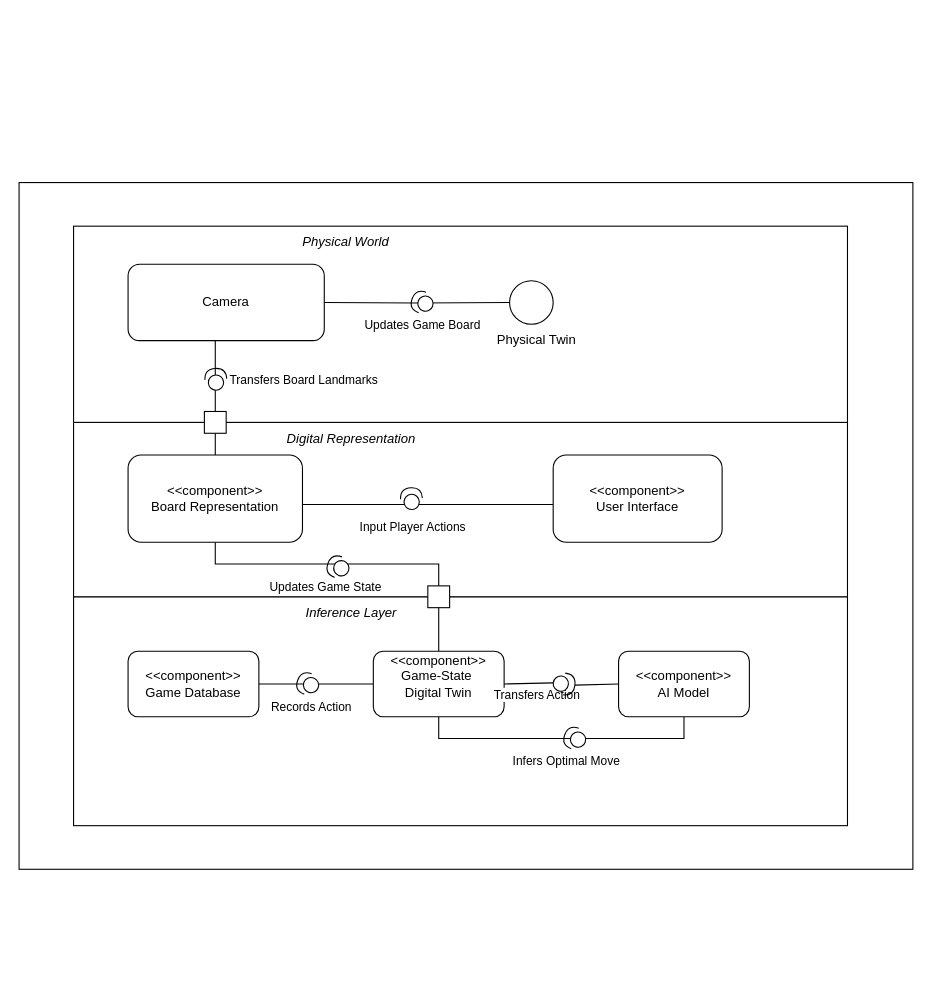
Above: docs/HazardAnalysis/Component Diagram.drawio in SY3141/RLCatan (draw.io), before the change. Source tidied: cells renumbered, new cells numbered last; positions are measured from the earlier drawing's top-left corner, leaving out a move shared by most shapes. Both pictures are drawn from the tidied source at 109%, with x=0, y=0 at pixel (19, 182).
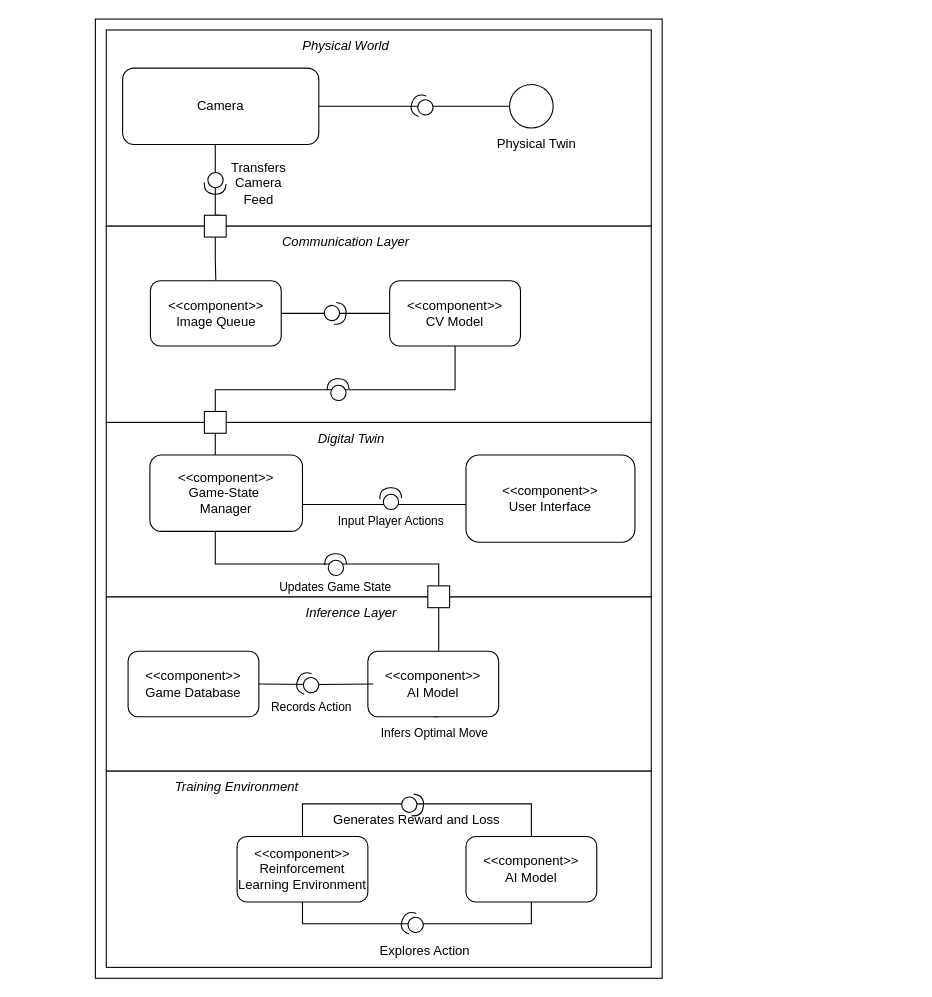
The same diagram, later.

Commit message (it also covers changes not shown here):
finished hazards and component diagram

The change refers to these unchanged cells:
```xml
<mxCell id="9" value="&lt;div&gt;&lt;div&gt;&amp;lt;&amp;lt;component&amp;gt;&amp;gt;&lt;/div&gt;&lt;/div&gt;Game Database" style="rounded=1;whiteSpace=wrap;html=1;" parent="1" vertex="1">
  <mxGeometry x="100" y="430" width="120" height="60" as="geometry" />
</mxCell>
<mxCell id="17" style="edgeStyle=orthogonalEdgeStyle;rounded=0;orthogonalLoop=1;jettySize=auto;html=1;exitX=0;exitY=0.75;exitDx=0;exitDy=0;entryX=1;entryY=0.75;entryDx=0;entryDy=0;endArrow=none;endFill=0;" parent="1" edge="1">
  <mxGeometry relative="1" as="geometry">
    <mxPoint x="490" y="295.4" as="sourcePoint" />
    <mxPoint x="260" y="295.4" as="targetPoint" />
  </mxGeometry>
</mxCell>
```

The edit, as a diff of the source:
```diff
@@
     <mxCell id="2" style="rounded=0;whiteSpace=wrap;html=1;" parent="1" vertex="1">
-      <mxGeometry width="820" height="630" as="geometry" />
+      <mxGeometry x="70" y="-150" width="520" height="880" as="geometry" />
     </mxCell>
     <mxCell id="3" style="rounded=0;whiteSpace=wrap;html=1;" parent="1" vertex="1">
-      <mxGeometry x="50" y="380" width="710" height="210" as="geometry" />
+      <mxGeometry x="80" y="380" width="500" height="160" as="geometry" />
     </mxCell>
     <mxCell id="4" style="rounded=0;whiteSpace=wrap;html=1;" parent="1" vertex="1">
-      <mxGeometry x="50" y="220" width="710" height="160" as="geometry" />
+      <mxGeometry x="80" y="220" width="500" height="160" as="geometry" />
     </mxCell>
     <mxCell id="5" style="rounded=0;whiteSpace=wrap;html=1;" parent="1" vertex="1">
-      <mxGeometry x="50" y="40" width="710" height="180" as="geometry" />
+      <mxGeometry x="80" y="-140" width="500" height="180" as="geometry" />
     </mxCell>
-    <mxCell id="6" style="edgeStyle=orthogonalEdgeStyle;rounded=0;jettySize=auto;html=1;startArrow=none;startFill=0;endArrow=none;endFill=0;" parent="1" edge="1" source="8" target="15">
+    <mxCell id="6" style="edgeStyle=orthogonalEdgeStyle;rounded=0;jettySize=auto;html=1;startArrow=none;startFill=0;endArrow=none;endFill=0;exitX=0.414;exitY=0.957;exitDx=0;exitDy=0;exitPerimeter=0;" parent="1" edge="1" source="65">
       <mxGeometry relative="1" as="geometry">
+        <mxPoint x="385" y="430" as="targetPoint" />
         <Array as="points">
+          <mxPoint x="180" y="317" />
           <mxPoint x="180" y="350" />
           <mxPoint x="385" y="350" />
         </Array>
       </mxGeometry>
     </mxCell>
     <mxCell id="7" value="Updates Game State" style="edgeLabel;html=1;align=center;verticalAlign=middle;" parent="6" vertex="1">
       <mxGeometry x="-0.28" y="3" relative="1" as="geometry">
-        <mxPoint x="10" y="23" as="offset" />
+        <mxPoint x="30" y="23" as="offset" />
       </mxGeometry>
     </mxCell>
-    <mxCell id="8" value="&lt;div&gt;&lt;div&gt;&amp;lt;&amp;lt;component&amp;gt;&amp;gt;&lt;/div&gt;&lt;/div&gt;Board Representation" style="rounded=1;whiteSpace=wrap;html=1;" parent="1" vertex="1">
-      <mxGeometry x="100" y="250" width="160" height="80" as="geometry" />
-    </mxCell>
@@
-    <mxCell id="10" style="edgeStyle=orthogonalEdgeStyle;rounded=0;jettySize=auto;html=1;exitX=0.5;exitY=1;exitDx=0;exitDy=0;entryX=0.5;entryY=1;entryDx=0;entryDy=0;endArrow=none;endFill=0;" parent="1" edge="1" source="12" target="15">
-      <mxGeometry relative="1" as="geometry" />
+    <mxCell id="10" style="edgeStyle=orthogonalEdgeStyle;rounded=0;jettySize=auto;html=1;exitX=0.5;exitY=1;exitDx=0;exitDy=0;entryX=0.5;entryY=1;entryDx=0;entryDy=0;endArrow=none;endFill=0;" parent="1" edge="1" source="12">
+      <mxGeometry relative="1" as="geometry">
+        <mxPoint x="385" y="490" as="targetPoint" />
+      </mxGeometry>
     </mxCell>
@@
     <mxCell id="12" value="&lt;div&gt;&lt;div&gt;&amp;lt;&amp;lt;component&amp;gt;&amp;gt;&lt;/div&gt;&lt;/div&gt;AI Model" style="rounded=1;whiteSpace=wrap;html=1;" parent="1" vertex="1">
-      <mxGeometry x="550" y="430" width="120" height="60" as="geometry" />
+      <mxGeometry x="320" y="430" width="120" height="60" as="geometry" />
     </mxCell>
-    <mxCell id="13" style="edgeStyle=orthogonalEdgeStyle;rounded=0;jettySize=auto;html=1;entryX=1;entryY=0.5;entryDx=0;entryDy=0;endArrow=none;endFill=0;" parent="1" edge="1" source="15" target="9">
-      <mxGeometry relative="1" as="geometry" />
+    <mxCell id="13" style="edgeStyle=orthogonalEdgeStyle;rounded=0;jettySize=auto;html=1;entryX=1;entryY=0.5;entryDx=0;entryDy=0;endArrow=none;endFill=0;" parent="1" edge="1" target="9">
+      <mxGeometry relative="1" as="geometry">
+        <mxPoint x="325" y="460" as="sourcePoint" />
+      </mxGeometry>
     </mxCell>
@@
-    <mxCell id="15" value="&lt;div&gt;&lt;div&gt;&amp;lt;&amp;lt;component&amp;gt;&amp;gt;&lt;/div&gt;&lt;/div&gt;Game-State&amp;nbsp;&lt;div&gt;Digital Twin&lt;div&gt;&lt;br&gt;&lt;/div&gt;&lt;/div&gt;" style="rounded=1;whiteSpace=wrap;html=1;" parent="1" vertex="1">
-      <mxGeometry x="325" y="430" width="120" height="60" as="geometry" />
-    </mxCell>
-    <mxCell id="16" style="endArrow=none;html=1;rounded=0;entryX=0;entryY=0.5;entryDx=0;entryDy=0;exitX=1;exitY=0.5;exitDx=0;exitDy=0;endFill=0;" parent="1" edge="1" source="32" target="12">
-      <mxGeometry relative="1" as="geometry" />
-    </mxCell>
@@
-    <mxCell id="18" value="Input Player Actions" style="edgeLabel;html=1;align=center;verticalAlign=middle;points=[];" parent="17" vertex="1">
-      <mxGeometry x="0.13" y="-3" relative="1" as="geometry">
-        <mxPoint y="23" as="offset" />
-      </mxGeometry>
-    </mxCell>
     <mxCell id="19" value="&lt;div&gt;&lt;div&gt;&amp;lt;&amp;lt;component&amp;gt;&amp;gt;&lt;/div&gt;&lt;/div&gt;User Interface" style="rounded=1;whiteSpace=wrap;html=1;" parent="1" vertex="1">
-      <mxGeometry x="490" y="250" width="155" height="80" as="geometry" />
+      <mxGeometry x="410" y="250" width="155" height="80" as="geometry" />
     </mxCell>
-    <mxCell id="20" style="edgeStyle=orthogonalEdgeStyle;rounded=0;jettySize=auto;html=1;endArrow=none;endFill=0;" parent="1" edge="1" source="22" target="8">
-      <mxGeometry relative="1" as="geometry">
-        <Array as="points">
-          <mxPoint x="180" y="210" />
-          <mxPoint x="180" y="210" />
-        </Array>
-      </mxGeometry>
-    </mxCell>
-    <mxCell id="21" value="Transfers Board Landmarks" style="edgeLabel;html=1;align=center;verticalAlign=middle;" parent="20" vertex="1">
-      <mxGeometry x="-0.34" relative="1" as="geometry">
-        <mxPoint x="80" as="offset" />
-      </mxGeometry>
-    </mxCell>
+    <mxCell id="41" style="edgeStyle=orthogonalEdgeStyle;rounded=0;jettySize=auto;html=1;entryX=0.75;entryY=0;entryDx=0;entryDy=0;endArrow=none;endFill=0;" parent="1" edge="1" source="22" target="49">
+      <mxGeometry relative="1" as="geometry">
+        <Array as="points">
+          <mxPoint x="180" y="30" />
+        </Array>
+      </mxGeometry>
+    </mxCell>
     <mxCell id="22" value="Camera" style="rounded=1;whiteSpace=wrap;html=1;" parent="1" vertex="1">
-      <mxGeometry x="100" y="75" width="180" height="70" as="geometry" />
+      <mxGeometry x="95" y="-105" width="180" height="70" as="geometry" />
     </mxCell>
-    <mxCell id="23" style="edgeStyle=orthogonalEdgeStyle;rounded=0;jettySize=auto;html=1;entryX=1;entryY=0.5;entryDx=0;entryDy=0;endArrow=none;endFill=0;" parent="1" edge="1" target="22">
-      <mxGeometry relative="1" as="geometry">
-        <mxPoint x="450" y="110" as="sourcePoint" />
-      </mxGeometry>
-    </mxCell>
-    <mxCell id="24" value="Updates Game Board" style="edgeLabel;html=1;align=center;verticalAlign=middle;" parent="23" vertex="1">
-      <mxGeometry x="-0.12" y="-3" relative="1" as="geometry">
-        <mxPoint x="-5" y="23" as="offset" />
-      </mxGeometry>
-    </mxCell>
     <mxCell id="25" value="&lt;i&gt;Physical World&lt;/i&gt;" style="text;html=1;align=center;verticalAlign=middle;whiteSpace=wrap;rounded=0;" parent="1" vertex="1">
-      <mxGeometry x="240" y="40" width="120" height="30" as="geometry" />
+      <mxGeometry x="240" y="-140" width="120" height="30" as="geometry" />
     </mxCell>
-    <mxCell id="26" value="&lt;i&gt;Digital Representation&lt;/i&gt;" style="text;html=1;align=center;verticalAlign=middle;whiteSpace=wrap;rounded=0;" parent="1" vertex="1">
+    <mxCell id="26" value="&lt;i&gt;Digital Twin&lt;/i&gt;" style="text;html=1;align=center;verticalAlign=middle;whiteSpace=wrap;rounded=0;" parent="1" vertex="1">
       <mxGeometry x="230" y="220" width="150" height="30" as="geometry" />
     </mxCell>
@@
-    <mxCell id="29" style="whiteSpace=wrap;html=1;" parent="1" vertex="1">
-      <mxGeometry x="170" y="210" width="20" height="20" as="geometry" />
-    </mxCell>
-    <mxCell id="30" style="endArrow=none;html=1;rounded=0;entryX=0;entryY=0.5;entryDx=0;entryDy=0;exitX=1;exitY=0.5;exitDx=0;exitDy=0;endFill=0;" parent="1" edge="1" source="15" target="32">
-      <mxGeometry relative="1" as="geometry" />
-    </mxCell>
-    <mxCell id="31" value="Transfers Action" style="edgeLabel;html=1;align=center;verticalAlign=middle;" parent="30" vertex="1">
-      <mxGeometry x="-0.16" y="3" relative="1" as="geometry">
-        <mxPoint x="11" y="13" as="offset" />
-      </mxGeometry>
-    </mxCell>
-    <mxCell id="32" style="shape=providedRequiredInterface;html=1;verticalLabelPosition=bottom;sketch=0;rotation=-84;direction=south;" parent="1" vertex="1">
-      <mxGeometry x="490" y="450" width="20" height="20" as="geometry" />
-    </mxCell>
-    <mxCell id="33" style="shape=providedRequiredInterface;html=1;verticalLabelPosition=bottom;sketch=0;rotation=-160;" parent="1" vertex="1">
-      <mxGeometry x="500" y="500" width="20" height="20" as="geometry" />
-    </mxCell>
@@
-    <mxCell id="35" style="shape=providedRequiredInterface;html=1;verticalLabelPosition=bottom;sketch=0;rotation=-160;" parent="1" vertex="1">
-      <mxGeometry x="282.8" y="342.8" width="20" height="20" as="geometry" />
-    </mxCell>
     <mxCell id="36" style="shape=providedRequiredInterface;html=1;verticalLabelPosition=bottom;sketch=0;rotation=-93;" parent="1" vertex="1">
-      <mxGeometry x="350" y="280" width="20" height="20" as="geometry" />
+      <mxGeometry x="331" y="280" width="20" height="20" as="geometry" />
     </mxCell>
-    <mxCell id="37" style="shape=providedRequiredInterface;html=1;verticalLabelPosition=bottom;sketch=0;rotation=-93;" parent="1" vertex="1">
-      <mxGeometry x="170.5" y="170.5" width="20" height="20" as="geometry" />
-    </mxCell>
-    <mxCell id="38" style="shape=providedRequiredInterface;html=1;verticalLabelPosition=bottom;sketch=0;rotation=-160;" parent="1" vertex="1">
-      <mxGeometry x="360" y="100" width="20" height="20" as="geometry" />
-    </mxCell>
+    <mxCell id="42" style="edgeStyle=orthogonalEdgeStyle;rounded=0;jettySize=auto;html=1;entryX=1;entryY=0.5;entryDx=0;entryDy=0;endArrow=none;endFill=0;" parent="1" edge="1" source="39" target="22">
+      <mxGeometry relative="1" as="geometry" />
+    </mxCell>
     <mxCell id="39" style="ellipse;whiteSpace=wrap;html=1;" parent="1" vertex="1">
-      <mxGeometry x="450" y="90" width="40" height="40" as="geometry" />
+      <mxGeometry x="450" y="-90" width="40" height="40" as="geometry" />
     </mxCell>
     <mxCell id="40" value="Physical Twin" style="text;html=1;align=center;verticalAlign=middle;whiteSpace=wrap;rounded=0;" parent="1" vertex="1">
-      <mxGeometry x="430" y="130" width="90" height="30" as="geometry" />
+      <mxGeometry x="430" y="-50" width="90" height="30" as="geometry" />
     </mxCell>
+    <mxCell id="43" style="rounded=0;whiteSpace=wrap;html=1;" parent="1" vertex="1">
+      <mxGeometry x="80" y="40" width="500" height="180" as="geometry" />
+    </mxCell>
+    <mxCell id="44" style="rounded=0;whiteSpace=wrap;html=1;" parent="1" vertex="1">
+      <mxGeometry x="80" y="540" width="500" height="180" as="geometry" />
+    </mxCell>
+    <mxCell id="45" value="Training Environment" style="text;html=1;align=center;verticalAlign=middle;whiteSpace=wrap;rounded=0;fontStyle=2;" parent="1" vertex="1">
+      <mxGeometry x="125" y="540" width="150" height="30" as="geometry" />
+    </mxCell>
+    <mxCell id="46" value="Communication Layer" style="text;html=1;align=center;verticalAlign=middle;whiteSpace=wrap;rounded=0;fontStyle=2;" parent="1" vertex="1">
+      <mxGeometry x="225" y="40" width="150" height="30" as="geometry" />
+    </mxCell>
+    <mxCell id="47" style="edgeStyle=orthogonalEdgeStyle;rounded=0;jettySize=auto;html=1;endArrow=none;endFill=0;" parent="1" edge="1" source="29">
+      <mxGeometry relative="1" as="geometry">
+        <mxPoint x="180" y="250" as="targetPoint" />
+      </mxGeometry>
+    </mxCell>
+    <mxCell id="29" style="whiteSpace=wrap;html=1;" parent="1" vertex="1">
+      <mxGeometry x="170" y="210" width="20" height="20" as="geometry" />
+    </mxCell>
+    <mxCell id="48" style="edgeStyle=orthogonalEdgeStyle;rounded=0;jettySize=auto;html=1;exitX=0.5;exitY=1;exitDx=0;exitDy=0;entryX=0.5;entryY=0;entryDx=0;entryDy=0;endArrow=none;endFill=0;" parent="1" edge="1" source="49" target="55">
+      <mxGeometry relative="1" as="geometry" />
+    </mxCell>
+    <mxCell id="49" style="whiteSpace=wrap;html=1;" parent="1" vertex="1">
+      <mxGeometry x="170" y="30" width="20" height="20" as="geometry" />
+    </mxCell>
+    <mxCell id="50" style="edgeStyle=orthogonalEdgeStyle;rounded=0;jettySize=auto;html=1;exitX=0.5;exitY=0;exitDx=0;exitDy=0;entryX=0.5;entryY=0;entryDx=0;entryDy=0;endArrow=none;endFill=0;" parent="1" edge="1" source="51" target="53">
+      <mxGeometry relative="1" as="geometry">
+        <Array as="points">
+          <mxPoint x="260" y="570" />
+          <mxPoint x="470" y="570" />
+        </Array>
+      </mxGeometry>
+    </mxCell>
+    <mxCell id="51" value="&lt;div&gt;&lt;div&gt;&amp;lt;&amp;lt;component&amp;gt;&amp;gt;&lt;/div&gt;&lt;/div&gt;Reinforcement Learning Environment" style="rounded=1;whiteSpace=wrap;html=1;" parent="1" vertex="1">
+      <mxGeometry x="200" y="600" width="120" height="60" as="geometry" />
+    </mxCell>
+    <mxCell id="52" style="edgeStyle=orthogonalEdgeStyle;rounded=0;jettySize=auto;html=1;entryX=0.5;entryY=1;entryDx=0;entryDy=0;endArrow=none;endFill=0;" parent="1" edge="1" source="53" target="51">
+      <mxGeometry relative="1" as="geometry">
+        <Array as="points">
+          <mxPoint x="470" y="680" />
+          <mxPoint x="260" y="680" />
+        </Array>
+      </mxGeometry>
+    </mxCell>
+    <mxCell id="53" value="&lt;div&gt;&lt;div&gt;&amp;lt;&amp;lt;component&amp;gt;&amp;gt;&lt;/div&gt;&lt;/div&gt;AI Model" style="rounded=1;whiteSpace=wrap;html=1;" parent="1" vertex="1">
+      <mxGeometry x="410" y="600" width="120" height="60" as="geometry" />
+    </mxCell>
+    <mxCell id="38" style="shape=providedRequiredInterface;html=1;verticalLabelPosition=bottom;sketch=0;rotation=-160;" parent="1" vertex="1">
+      <mxGeometry x="360" y="-80" width="20" height="20" as="geometry" />
+    </mxCell>
+    <mxCell id="54" style="edgeStyle=orthogonalEdgeStyle;rounded=0;jettySize=auto;html=1;exitX=1;exitY=0.5;exitDx=0;exitDy=0;endArrow=none;endFill=0;" parent="1" edge="1" source="55" target="57">
+      <mxGeometry relative="1" as="geometry" />
+    </mxCell>
+    <mxCell id="55" value="&lt;div&gt;&lt;div&gt;&amp;lt;&amp;lt;component&amp;gt;&amp;gt;&lt;/div&gt;&lt;/div&gt;Image Queue" style="rounded=1;whiteSpace=wrap;html=1;" parent="1" vertex="1">
+      <mxGeometry x="120.5" y="90" width="120" height="60" as="geometry" />
+    </mxCell>
+    <mxCell id="56" style="edgeStyle=orthogonalEdgeStyle;rounded=0;jettySize=auto;html=1;entryX=0.5;entryY=0;entryDx=0;entryDy=0;endArrow=none;endFill=0;" parent="1" edge="1" source="57" target="29">
+      <mxGeometry relative="1" as="geometry">
+        <Array as="points">
+          <mxPoint x="400" y="190" />
+          <mxPoint x="180" y="190" />
+        </Array>
+      </mxGeometry>
+    </mxCell>
+    <mxCell id="57" value="&lt;div&gt;&lt;div&gt;&amp;lt;&amp;lt;component&amp;gt;&amp;gt;&lt;/div&gt;&lt;/div&gt;CV Model" style="rounded=1;whiteSpace=wrap;html=1;" parent="1" vertex="1">
+      <mxGeometry x="340" y="90" width="120" height="60" as="geometry" />
+    </mxCell>
+    <mxCell id="58" style="shape=providedRequiredInterface;html=1;verticalLabelPosition=bottom;sketch=0;rotation=-93;" parent="1" vertex="1">
+      <mxGeometry x="282.8" y="180" width="20" height="20" as="geometry" />
+    </mxCell>
+    <mxCell id="59" style="shape=providedRequiredInterface;html=1;verticalLabelPosition=bottom;sketch=0;rotation=-84;direction=south;" parent="1" vertex="1">
+      <mxGeometry x="280" y="110" width="20" height="20" as="geometry" />
+    </mxCell>
+    <mxCell id="60" style="shape=providedRequiredInterface;html=1;verticalLabelPosition=bottom;sketch=0;rotation=94;" parent="1" vertex="1">
+      <mxGeometry x="170" y="-9.3" width="20" height="20" as="geometry" />
+    </mxCell>
+    <mxCell id="61" style="shape=providedRequiredInterface;html=1;verticalLabelPosition=bottom;sketch=0;rotation=-84;direction=south;" parent="1" vertex="1">
+      <mxGeometry x="351" y="561" width="20" height="20" as="geometry" />
+    </mxCell>
+    <mxCell id="62" style="shape=providedRequiredInterface;html=1;verticalLabelPosition=bottom;sketch=0;rotation=-160;" parent="1" vertex="1">
+      <mxGeometry x="351" y="670" width="20" height="20" as="geometry" />
+    </mxCell>
+    <mxCell id="63" value="Generates Reward and Loss" style="text;html=1;align=center;verticalAlign=middle;whiteSpace=wrap;rounded=0;" parent="1" vertex="1">
+      <mxGeometry x="270" y="570" width="190" height="30" as="geometry" />
+    </mxCell>
+    <mxCell id="64" value="Explores Action" style="text;html=1;align=center;verticalAlign=middle;whiteSpace=wrap;rounded=0;" parent="1" vertex="1">
+      <mxGeometry x="315" y="690" width="115" height="30" as="geometry" />
+    </mxCell>
+    <mxCell id="65" value="&lt;div&gt;&lt;div&gt;&amp;lt;&amp;lt;component&amp;gt;&amp;gt;&lt;/div&gt;&lt;/div&gt;Game-State&amp;nbsp;&lt;div&gt;&lt;div&gt;Manager&lt;/div&gt;&lt;/div&gt;" style="rounded=1;whiteSpace=wrap;html=1;" parent="1" vertex="1">
+      <mxGeometry x="120" y="250" width="140" height="70" as="geometry" />
+    </mxCell>
+    <mxCell id="66" value="Transfers Camera Feed" style="text;html=1;align=center;verticalAlign=middle;whiteSpace=wrap;rounded=0;" parent="1" vertex="1">
+      <mxGeometry x="190" y="-14.3" width="60" height="30" as="geometry" />
+    </mxCell>
+    <mxCell id="18" value="Input Player Actions" style="edgeLabel;html=1;align=center;verticalAlign=middle;points=[];" parent="1" vertex="1">
+      <mxGeometry x="340" y="310" as="geometry" />
+    </mxCell>
+    <mxCell id="67" style="edgeStyle=orthogonalEdgeStyle;rounded=0;orthogonalLoop=1;jettySize=auto;html=1;entryX=0;entryY=0;entryDx=0;entryDy=0;entryPerimeter=0;" parent="1" edge="1" source="18" target="18">
+      <mxGeometry relative="1" as="geometry" />
+    </mxCell>
+    <mxCell id="68" style="shape=providedRequiredInterface;html=1;verticalLabelPosition=bottom;sketch=0;rotation=-93;" parent="1" vertex="1">
+      <mxGeometry x="280.5" y="340.5" width="20" height="20" as="geometry" />
+    </mxCell>
```
